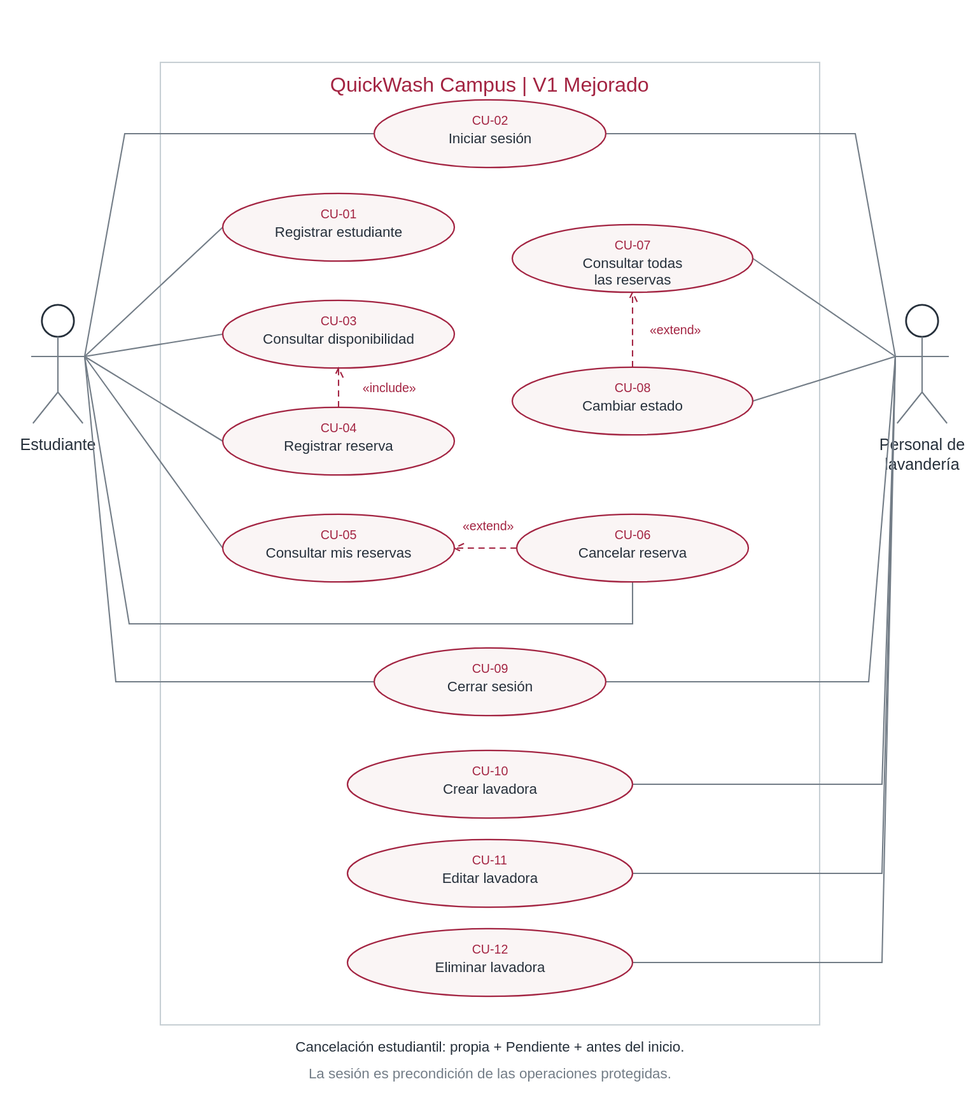
JosuePadillaUnivalle/QuickWash-Mejorado keeps this PlantUML diagram as entregables/diagrama-casos-de-uso.svg. Above is the earlier version. Its source is kept beside it as entregables/diagrama-casos-de-uso.puml.
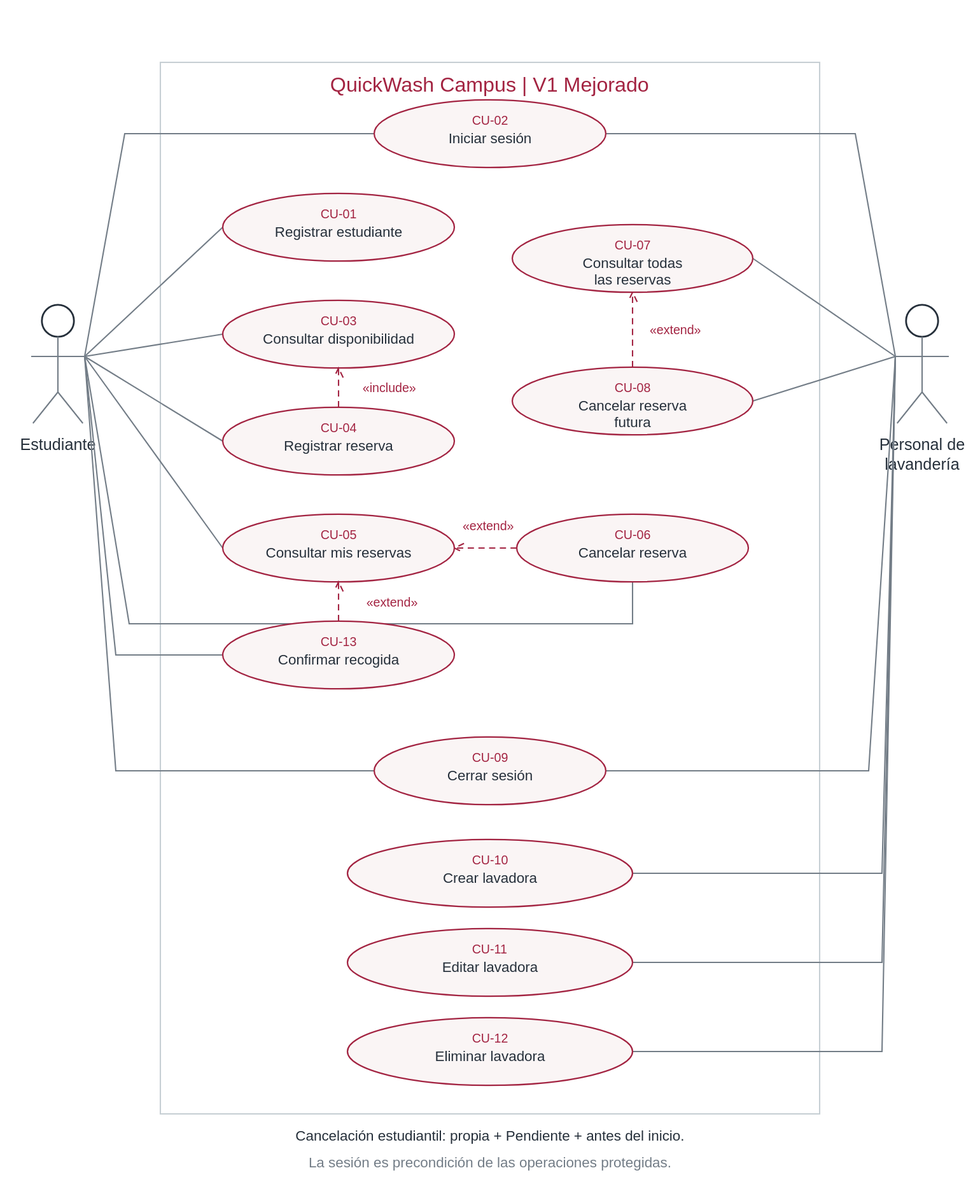
The same file after the commit.

Change to the diagram source:
```diff
@@ -14,11 +14,12 @@
 usecase "CU-05\nConsultar mis reservas" as U5
 usecase "CU-06\nCancelar reserva" as U6
 usecase "CU-07\nConsultar todas las reservas" as U7
-usecase "CU-08\nCambiar estado" as U8
+usecase "CU-08\nCancelar reserva futura" as U8
 usecase "CU-09\nCerrar sesión" as U9
 usecase "CU-10\nCrear lavadora" as U10
 usecase "CU-11\nEditar lavadora" as U11
 usecase "CU-12\nEliminar lavadora" as U12
+usecase "CU-13\nConfirmar recogida" as U13
 }
 E -- U1
 E -- U2
@@ -27,6 +28,7 @@
 E -- U5
 E -- U6
 E -- U9
+E -- U13
 P -- U2
 P -- U7
 P -- U8
@@ -37,6 +39,7 @@
 U4 ..> U3 : <<include>>
 U6 ..> U5 : <<extend>>
 U8 ..> U7 : <<extend>>
+U13 ..> U5 : <<extend>>
 note bottom of U6
 Propia, Pendiente y antes del inicio.
 end note
```
